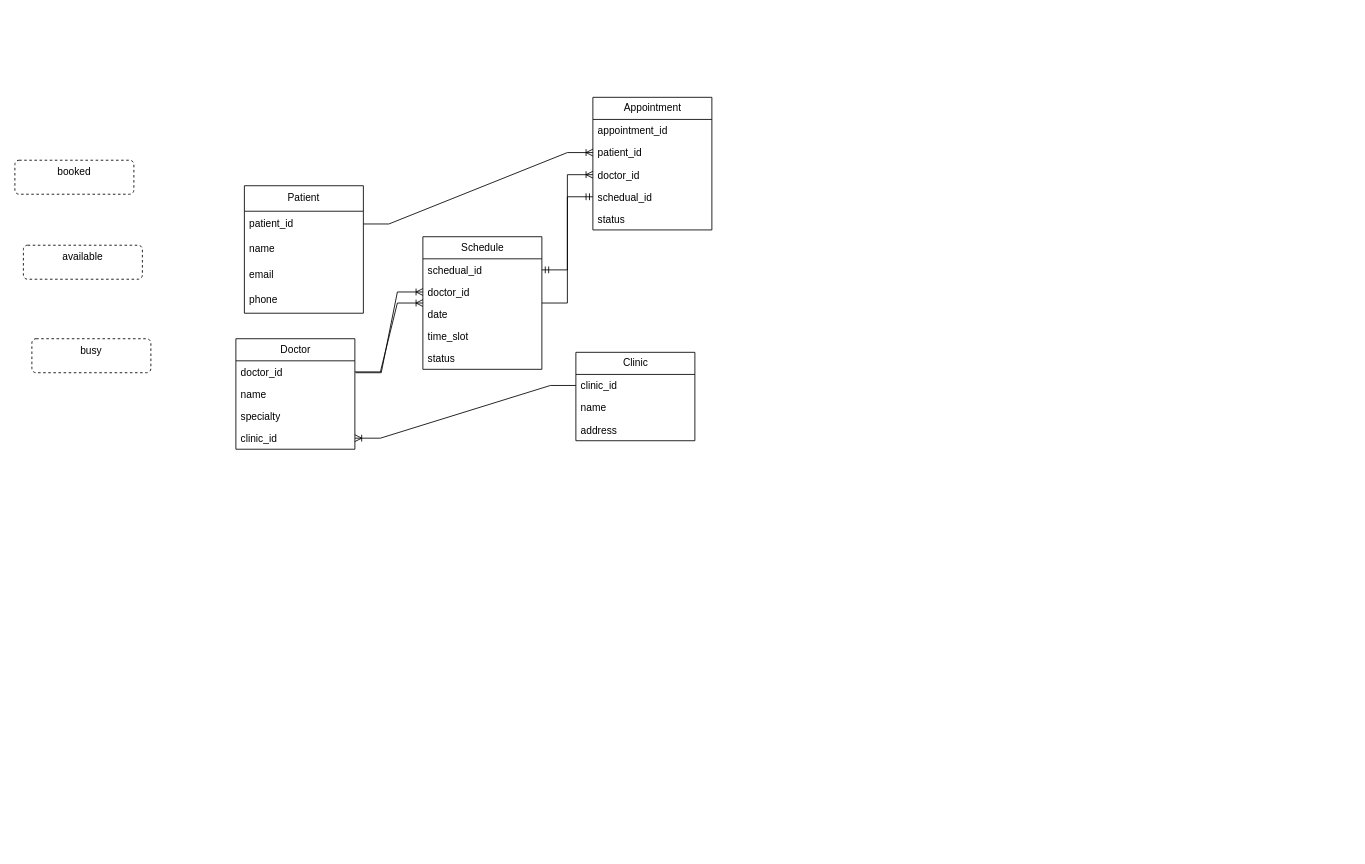
Above: Biểu đồ không có tiêu đề.drawio in PhamAn-3z/SWD-Document (draw.io), before the change. Source tidied: cells renumbered, new cells numbered last; positions are measured from the earlier drawing's top-left corner, leaving out a move shared by most shapes. Both pictures are drawn from the tidied source at 85%, with x=0, y=0 at pixel (14, 97).
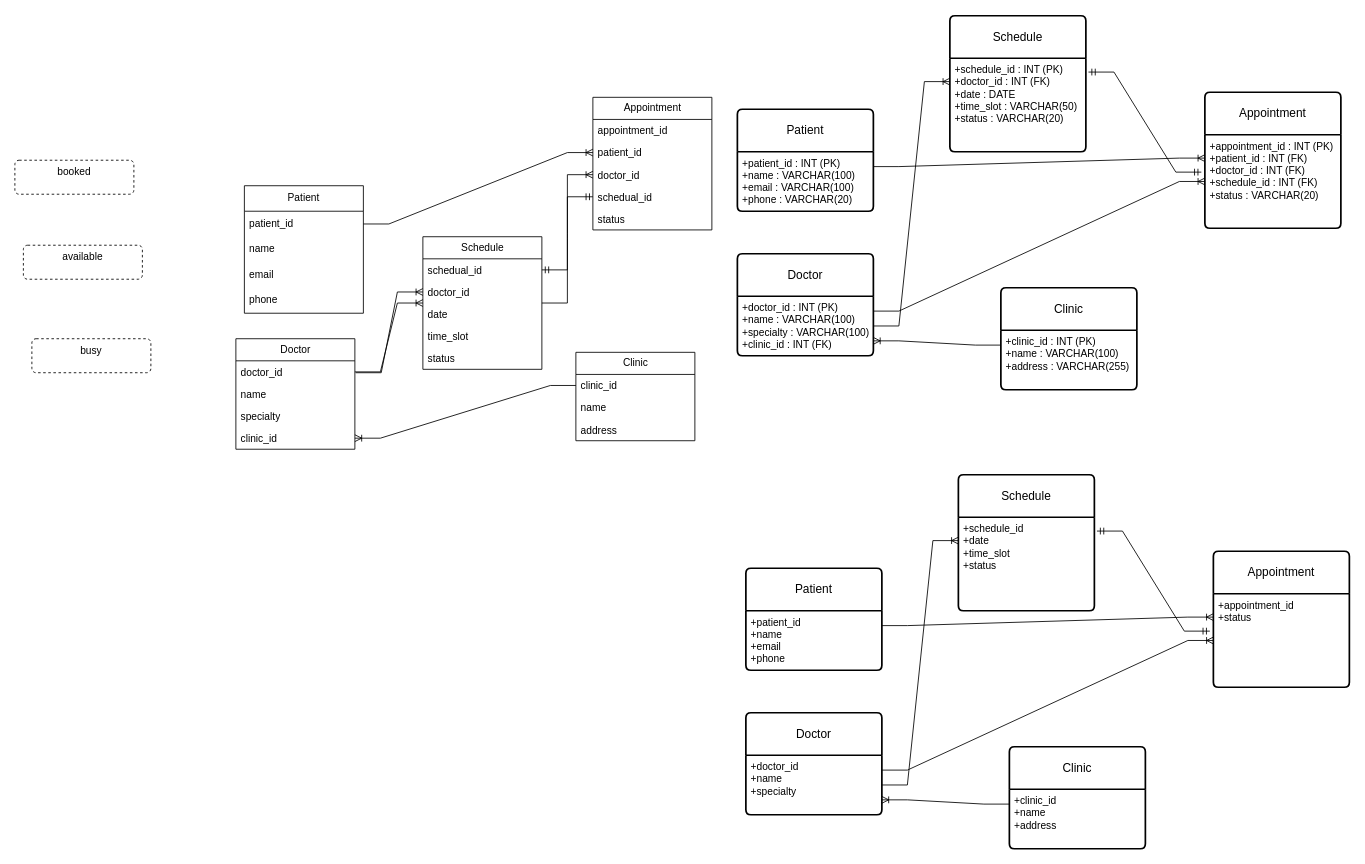
After the change.

Commit message (it also covers changes not shown here):
Cập nhật Biểu đồ không có tiêu đề.drawio

The edit, as a diff of the source:
```diff
@@
+    <mxCell id="37" value="Patient" style="swimlane;horizontal=1;startSize=50;rounded=1;fontSize=14;fontStyle=0;strokeWidth=2;shadow=0;dashed=0;align=center;arcSize=4;whiteSpace=wrap;html=1;" parent="1" vertex="1">
+      <mxGeometry x="850" y="14" width="160" height="120" as="geometry" />
+    </mxCell>
+    <mxCell id="38" value="&lt;div&gt;+patient_id : INT (PK)&lt;/div&gt;&lt;div&gt;+name : VARCHAR(100)&lt;/div&gt;&lt;div&gt;+email : VARCHAR(100)&lt;/div&gt;&lt;div&gt;+phone : VARCHAR(20)&lt;/div&gt;" style="align=left;strokeColor=none;fillColor=none;spacingLeft=4;spacingRight=4;fontSize=12;verticalAlign=top;html=1;whiteSpace=wrap;" parent="37" vertex="1">
+      <mxGeometry y="50" width="160" height="70" as="geometry" />
+    </mxCell>
+    <mxCell id="39" value="Clinic" style="swimlane;horizontal=1;startSize=50;rounded=1;fontSize=14;fontStyle=0;strokeWidth=2;shadow=0;dashed=0;align=center;arcSize=4;whiteSpace=wrap;html=1;" parent="1" vertex="1">
+      <mxGeometry x="1160" y="224" width="160" height="120" as="geometry" />
+    </mxCell>
+    <mxCell id="40" value="&lt;div&gt;+clinic_id : INT (PK)&lt;/div&gt;&lt;div&gt;+name : VARCHAR(100)&lt;/div&gt;&lt;div&gt;+address : VARCHAR(255)&lt;/div&gt;" style="align=left;strokeColor=none;fillColor=none;spacingLeft=4;spacingRight=4;fontSize=12;verticalAlign=top;html=1;whiteSpace=wrap;" parent="39" vertex="1">
+      <mxGeometry y="50" width="160" height="70" as="geometry" />
+    </mxCell>
+    <mxCell id="41" value="Doctor" style="swimlane;horizontal=1;startSize=50;rounded=1;fontSize=14;fontStyle=0;strokeWidth=2;shadow=0;dashed=0;align=center;arcSize=4;whiteSpace=wrap;html=1;" parent="1" vertex="1">
+      <mxGeometry x="850" y="184" width="160" height="120" as="geometry" />
+    </mxCell>
+    <mxCell id="42" value="&lt;div&gt;+doctor_id : INT (PK)&lt;/div&gt;&lt;div&gt;+name : VARCHAR(100)&lt;/div&gt;&lt;div&gt;+specialty : VARCHAR(100)&lt;/div&gt;&lt;div&gt;+clinic_id : INT (FK)&lt;/div&gt;" style="align=left;strokeColor=none;fillColor=none;spacingLeft=4;spacingRight=4;fontSize=12;verticalAlign=top;html=1;whiteSpace=wrap;" parent="41" vertex="1">
+      <mxGeometry y="50" width="160" height="70" as="geometry" />
+    </mxCell>
+    <mxCell id="43" value="Schedule" style="swimlane;horizontal=1;startSize=50;rounded=1;fontSize=14;fontStyle=0;strokeWidth=2;shadow=0;dashed=0;align=center;arcSize=4;whiteSpace=wrap;html=1;" parent="1" vertex="1">
+      <mxGeometry x="1100" y="-96" width="160" height="160" as="geometry" />
+    </mxCell>
+    <mxCell id="44" value="&lt;div&gt;+schedule_id : INT (PK)&lt;/div&gt;&lt;div&gt;+doctor_id : INT (FK)&lt;/div&gt;&lt;div&gt;+date : DATE&lt;/div&gt;&lt;div&gt;+time_slot : VARCHAR(50)&lt;/div&gt;&lt;div&gt;+status : VARCHAR(20)&lt;/div&gt;" style="align=left;strokeColor=none;fillColor=none;spacingLeft=4;spacingRight=4;fontSize=12;verticalAlign=top;html=1;whiteSpace=wrap;" parent="43" vertex="1">
+      <mxGeometry y="50" width="160" height="110" as="geometry" />
+    </mxCell>
+    <mxCell id="45" value="Appointment" style="swimlane;horizontal=1;startSize=50;rounded=1;fontSize=14;fontStyle=0;strokeWidth=2;shadow=0;dashed=0;align=center;arcSize=4;whiteSpace=wrap;html=1;" parent="1" vertex="1">
+      <mxGeometry x="1400" y="-6" width="160" height="160" as="geometry" />
+    </mxCell>
+    <mxCell id="46" value="+appointment_id : INT (PK)&lt;br&gt;+patient_id : INT (FK)&lt;br&gt;+doctor_id : INT (FK)&lt;br&gt;+schedule_id : INT (FK)&lt;br&gt;+status : VARCHAR(20)" style="align=left;strokeColor=none;fillColor=none;spacingLeft=4;spacingRight=4;fontSize=12;verticalAlign=top;html=1;whiteSpace=wrap;" parent="45" vertex="1">
+      <mxGeometry y="50" width="160" height="110" as="geometry" />
+    </mxCell>
+    <mxCell id="47" style="edgeStyle=entityRelationEdgeStyle;fontSize=12;html=1;endArrow=ERoneToMany;rounded=0;exitX=1;exitY=0.25;exitDx=0;exitDy=0;entryX=0;entryY=0.25;entryDx=0;entryDy=0;" parent="1" edge="1" source="38" target="46">
+      <mxGeometry relative="1" as="geometry" />
+    </mxCell>
+    <mxCell id="48" style="edgeStyle=entityRelationEdgeStyle;fontSize=12;html=1;endArrow=ERoneToMany;rounded=0;exitX=0;exitY=0.25;exitDx=0;exitDy=0;entryX=1;entryY=0.75;entryDx=0;entryDy=0;" parent="1" edge="1" source="40" target="42">
+      <mxGeometry relative="1" as="geometry" />
+    </mxCell>
+    <mxCell id="49" style="edgeStyle=entityRelationEdgeStyle;fontSize=12;html=1;endArrow=ERoneToMany;rounded=0;exitX=1;exitY=0.5;exitDx=0;exitDy=0;entryX=0;entryY=0.25;entryDx=0;entryDy=0;" parent="1" edge="1" source="42" target="44">
+      <mxGeometry relative="1" as="geometry" />
+    </mxCell>
+    <mxCell id="50" style="edgeStyle=entityRelationEdgeStyle;fontSize=12;html=1;endArrow=ERoneToMany;rounded=0;exitX=1;exitY=0.25;exitDx=0;exitDy=0;entryX=0;entryY=0.5;entryDx=0;entryDy=0;" parent="1" edge="1" source="42" target="46">
+      <mxGeometry relative="1" as="geometry" />
+    </mxCell>
+    <mxCell id="51" style="edgeStyle=entityRelationEdgeStyle;fontSize=12;html=1;endArrow=ERmandOne;startArrow=ERmandOne;rounded=0;exitX=1.019;exitY=0.148;exitDx=0;exitDy=0;entryX=-0.026;entryY=0.4;entryDx=0;entryDy=0;exitPerimeter=0;entryPerimeter=0;" parent="1" edge="1" source="44" target="46">
+      <mxGeometry relative="1" as="geometry" />
+    </mxCell>
+    <mxCell id="52" value="Patient" style="swimlane;horizontal=1;startSize=50;rounded=1;fontSize=14;fontStyle=0;strokeWidth=2;shadow=0;dashed=0;align=center;arcSize=4;whiteSpace=wrap;html=1;" parent="1" vertex="1">
+      <mxGeometry x="860" y="554" width="160" height="120" as="geometry" />
+    </mxCell>
+    <mxCell id="53" value="&lt;div&gt;+patient_id&lt;/div&gt;&lt;div&gt;+name&lt;/div&gt;&lt;div&gt;+email&lt;/div&gt;&lt;div&gt;+phone&lt;/div&gt;" style="align=left;strokeColor=none;fillColor=none;spacingLeft=4;spacingRight=4;fontSize=12;verticalAlign=top;html=1;whiteSpace=wrap;" parent="52" vertex="1">
+      <mxGeometry y="50" width="160" height="70" as="geometry" />
+    </mxCell>
+    <mxCell id="54" value="Clinic" style="swimlane;horizontal=1;startSize=50;rounded=1;fontSize=14;fontStyle=0;strokeWidth=2;shadow=0;dashed=0;align=center;arcSize=4;whiteSpace=wrap;html=1;" parent="1" vertex="1">
+      <mxGeometry x="1170" y="764" width="160" height="120" as="geometry" />
+    </mxCell>
+    <mxCell id="55" value="&lt;div&gt;+clinic_id&lt;/div&gt;&lt;div&gt;+name&lt;/div&gt;&lt;div&gt;+address&lt;/div&gt;" style="align=left;strokeColor=none;fillColor=none;spacingLeft=4;spacingRight=4;fontSize=12;verticalAlign=top;html=1;whiteSpace=wrap;" parent="54" vertex="1">
+      <mxGeometry y="50" width="160" height="70" as="geometry" />
+    </mxCell>
+    <mxCell id="56" value="Doctor" style="swimlane;horizontal=1;startSize=50;rounded=1;fontSize=14;fontStyle=0;strokeWidth=2;shadow=0;dashed=0;align=center;arcSize=4;whiteSpace=wrap;html=1;" parent="1" vertex="1">
+      <mxGeometry x="860" y="724" width="160" height="120" as="geometry" />
+    </mxCell>
+    <mxCell id="57" value="&lt;div&gt;+doctor_id&lt;/div&gt;&lt;div&gt;+name&lt;/div&gt;&lt;div&gt;+specialty&lt;/div&gt;" style="align=left;strokeColor=none;fillColor=none;spacingLeft=4;spacingRight=4;fontSize=12;verticalAlign=top;html=1;whiteSpace=wrap;" parent="56" vertex="1">
+      <mxGeometry y="50" width="160" height="70" as="geometry" />
+    </mxCell>
+    <mxCell id="58" value="Schedule" style="swimlane;horizontal=1;startSize=50;rounded=1;fontSize=14;fontStyle=0;strokeWidth=2;shadow=0;dashed=0;align=center;arcSize=4;whiteSpace=wrap;html=1;" parent="1" vertex="1">
+      <mxGeometry x="1110" y="444" width="160" height="160" as="geometry" />
+    </mxCell>
+    <mxCell id="59" value="&lt;div&gt;+schedule_id&lt;/div&gt;&lt;div&gt;+date&lt;/div&gt;&lt;div&gt;+time_slot&lt;/div&gt;&lt;div&gt;+status&lt;/div&gt;" style="align=left;strokeColor=none;fillColor=none;spacingLeft=4;spacingRight=4;fontSize=12;verticalAlign=top;html=1;whiteSpace=wrap;" parent="58" vertex="1">
+      <mxGeometry y="50" width="160" height="110" as="geometry" />
+    </mxCell>
+    <mxCell id="60" value="Appointment" style="swimlane;horizontal=1;startSize=50;rounded=1;fontSize=14;fontStyle=0;strokeWidth=2;shadow=0;dashed=0;align=center;arcSize=4;whiteSpace=wrap;html=1;" parent="1" vertex="1">
+      <mxGeometry x="1410" y="534" width="160" height="160" as="geometry" />
+    </mxCell>
+    <mxCell id="61" value="&lt;div&gt;+appointment_id&lt;/div&gt;&lt;div&gt;+status&lt;/div&gt;" style="align=left;strokeColor=none;fillColor=none;spacingLeft=4;spacingRight=4;fontSize=12;verticalAlign=top;html=1;whiteSpace=wrap;" parent="60" vertex="1">
+      <mxGeometry y="50" width="160" height="110" as="geometry" />
+    </mxCell>
+    <mxCell id="62" style="edgeStyle=entityRelationEdgeStyle;fontSize=12;html=1;endArrow=ERoneToMany;rounded=0;exitX=1;exitY=0.25;exitDx=0;exitDy=0;entryX=0;entryY=0.25;entryDx=0;entryDy=0;" parent="1" edge="1" source="53" target="61">
+      <mxGeometry relative="1" as="geometry" />
+    </mxCell>
+    <mxCell id="63" style="edgeStyle=entityRelationEdgeStyle;fontSize=12;html=1;endArrow=ERoneToMany;rounded=0;exitX=0;exitY=0.25;exitDx=0;exitDy=0;entryX=1;entryY=0.75;entryDx=0;entryDy=0;" parent="1" edge="1" source="55" target="57">
+      <mxGeometry relative="1" as="geometry" />
+    </mxCell>
+    <mxCell id="64" style="edgeStyle=entityRelationEdgeStyle;fontSize=12;html=1;endArrow=ERoneToMany;rounded=0;exitX=1;exitY=0.5;exitDx=0;exitDy=0;entryX=0;entryY=0.25;entryDx=0;entryDy=0;" parent="1" edge="1" source="57" target="59">
+      <mxGeometry relative="1" as="geometry" />
+    </mxCell>
+    <mxCell id="65" style="edgeStyle=entityRelationEdgeStyle;fontSize=12;html=1;endArrow=ERoneToMany;rounded=0;exitX=1;exitY=0.25;exitDx=0;exitDy=0;entryX=0;entryY=0.5;entryDx=0;entryDy=0;" parent="1" edge="1" source="57" target="61">
+      <mxGeometry relative="1" as="geometry" />
+    </mxCell>
+    <mxCell id="66" style="edgeStyle=entityRelationEdgeStyle;fontSize=12;html=1;endArrow=ERmandOne;startArrow=ERmandOne;rounded=0;exitX=1.019;exitY=0.148;exitDx=0;exitDy=0;entryX=-0.026;entryY=0.4;entryDx=0;entryDy=0;exitPerimeter=0;entryPerimeter=0;" parent="1" edge="1" source="59" target="61">
+      <mxGeometry relative="1" as="geometry" />
+    </mxCell>
```
